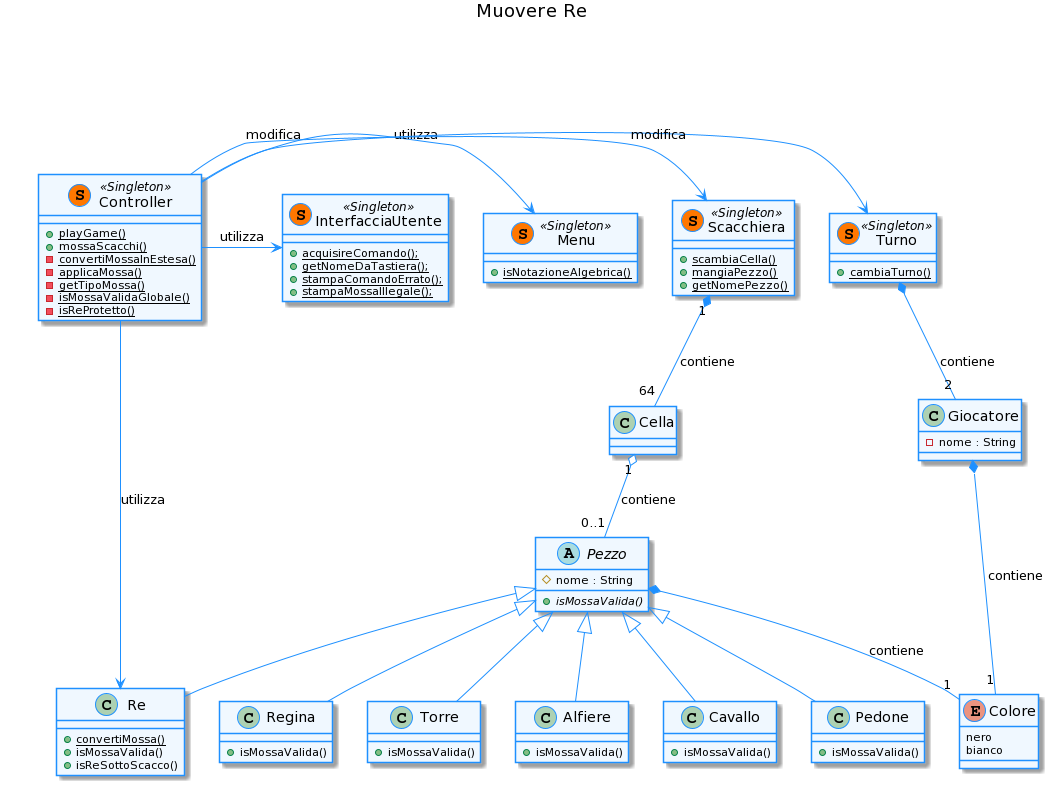
Earlier version of the PlantUML export doc/drawings/MuovereRe.png (softeng1920-inf-uniba/progetto1920-catmull).
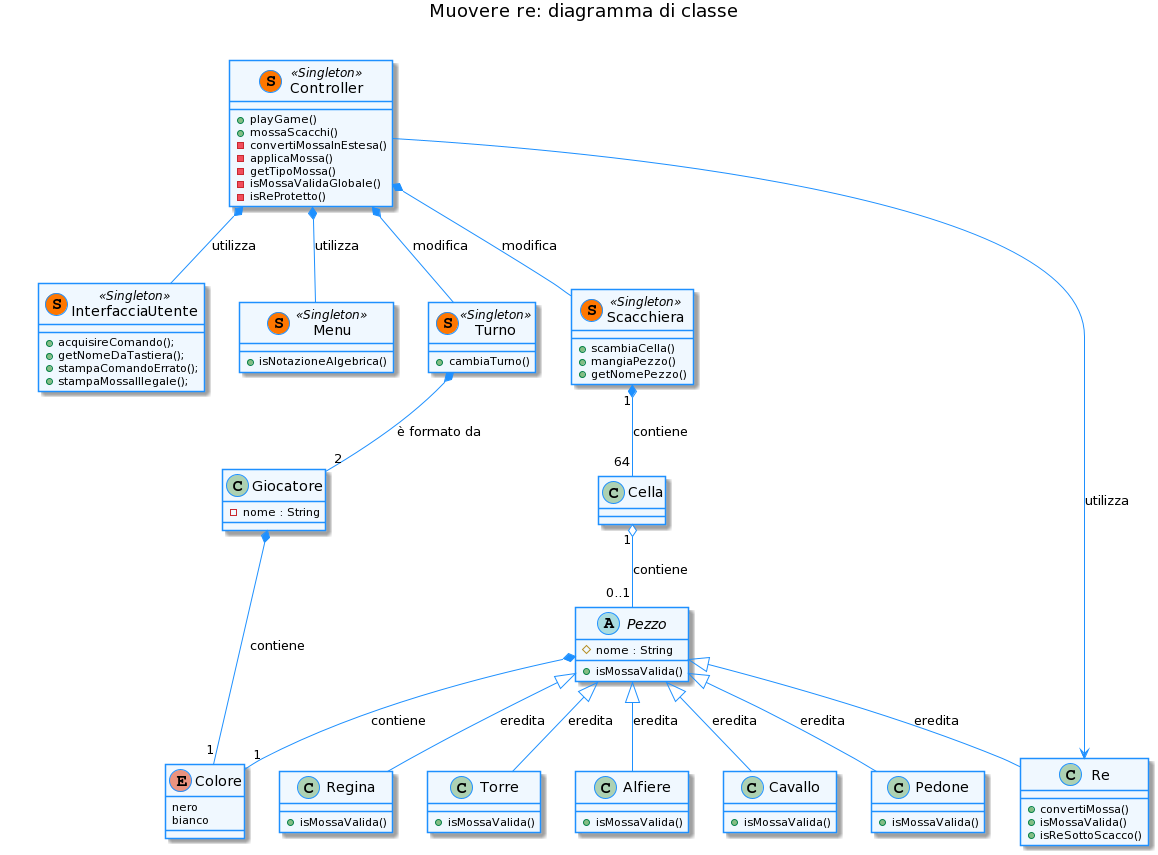
Later version of the same file.

Diff of the diagram source:
```diff
@@ -13,27 +13,27 @@
   class Controller
 }
 
-title Muovere Re
+title Muovere re: diagramma di classe
 
 class Controller << (S,#FF7700) Singleton >> {
-+ {static} playGame()
-+ {static} mossaScacchi()
-- {static} convertiMossaInEstesa()
-- {static} applicaMossa()
-- {static} getTipoMossa()
-- {static} isMossaValidaGlobale()
-- {static} isReProtetto()
++ playGame()
++ mossaScacchi()
+- convertiMossaInEstesa()
+- applicaMossa()
+- getTipoMossa()
+- isMossaValidaGlobale()
+- isReProtetto()
 }
 
 class Turno << (S,#FF7700) Singleton >>{
-+ {static} cambiaTurno()
++ cambiaTurno()
 }
 
 class InterfacciaUtente << (S,#FF7700) Singleton >>{
-+{static} acquisireComando();
-+{static} getNomeDaTastiera();
-+{static} stampaComandoErrato();
-+{static} stampaMossaIllegale();
++ acquisireComando();
++ getNomeDaTastiera();
++ stampaComandoErrato();
++ stampaMossaIllegale();
 }
 
 class Giocatore{
@@ -41,7 +41,7 @@
 }
 
 class Menu << (S,#FF7700) Singleton >>{
-+ {static} isNotazioneAlgebrica()
++ isNotazioneAlgebrica()
 }
 
 enum Colore{
@@ -52,18 +52,18 @@
 class Cella{}
 
 class Scacchiera << (S,#FF7700) Singleton >>{
-+ {static} scambiaCella()
-+ {static} mangiaPezzo()
-+ {static} getNomePezzo()
++ scambiaCella()
++ mangiaPezzo()
++ getNomePezzo()
 }
 
 abstract class Pezzo{
 # nome : String
-+{abstract}isMossaValida()
++ isMossaValida()
     }
 
 class Re{
-+ {static} convertiMossa()
++ convertiMossa()
 + isMossaValida()
 + isReSottoScacco()
 }
@@ -90,17 +90,17 @@
 Scacchiera "1" *-- "64" Cella : contiene
 Giocatore *-- "1" Colore : contiene
 Pezzo *-- "1" Colore : contiene
-Turno *-- "2" Giocatore : contiene
+Turno *-- "2" Giocatore : è formato da
 Cella "1" o-- "0..1" Pezzo : contiene
-Pezzo <|-- Re
-Pezzo <|-- Regina
-Pezzo <|-- Pedone
-Pezzo <|-- Alfiere
-Pezzo <|-- Cavallo
-Pezzo <|-- Torre
-Controller -> Menu : utilizza
-Controller -> Turno : modifica
-Controller -> Re : utilizza
-Controller -> Scacchiera : modifica
-Controller -> InterfacciaUtente: utilizza
+Pezzo <|-- Re : "eredita"
+Pezzo <|-- Regina : "eredita"
+Pezzo <|-- Pedone : "eredita"
+Pezzo <|-- Alfiere : "eredita"
+Pezzo <|-- Cavallo : "eredita"
+Pezzo <|-- Torre : "eredita"
+Controller *-- Menu : utilizza
+Controller *-- Turno : modifica
+Controller --> Re : utilizza
+Controller *-- Scacchiera : modifica
+Controller *-- InterfacciaUtente: utilizza
 @enduml
```
